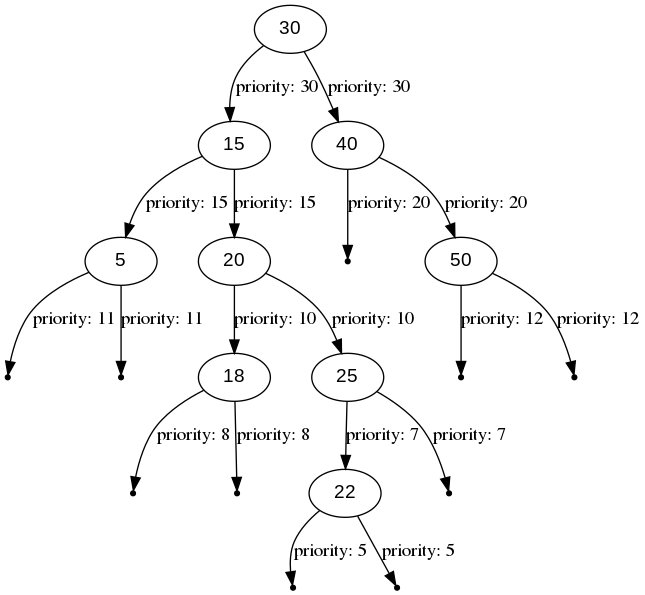
Before: visLib/out/png/dump8.png, a diagram exported from Graphviz (NikitaEvs/trees). Its source is kept beside it as visLib/out/dot/dump8.dot.
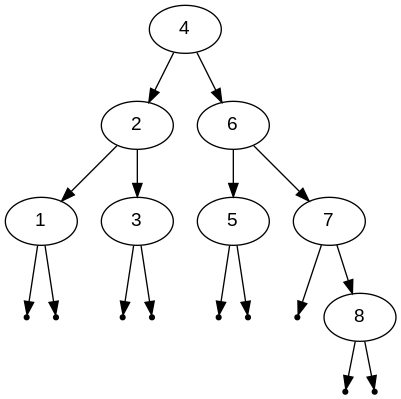
The same diagram one commit later.

Diff of the diagram source:
```diff
@@ -1,31 +1,28 @@
 digraph BinarySearchTree {
     node [fontname = "Arial"];
-    30 -> 15 [label="priority: 30"];
-    15 -> 5 [label="priority: 15"];
+    4 -> 2;
+    2 -> 1;
     null0[shape=point];
-    5 -> null0 [label="priority: 11"];
+    1 -> null0;
     null1[shape=point];
-    5 -> null1 [label="priority: 11"];
-    15 -> 20 [label="priority: 15"];
-    20 -> 18 [label="priority: 10"];
+    1 -> null1;
+    2 -> 3;
     null2[shape=point];
-    18 -> null2 [label="priority: 8"];
+    3 -> null2;
     null3[shape=point];
-    18 -> null3 [label="priority: 8"];
-    20 -> 25 [label="priority: 10"];
-    25 -> 22 [label="priority: 7"];
+    3 -> null3;
+    4 -> 6;
+    6 -> 5;
     null4[shape=point];
-    22 -> null4 [label="priority: 5"];
+    5 -> null4;
     null5[shape=point];
-    22 -> null5 [label="priority: 5"];
+    5 -> null5;
+    6 -> 7;
     null6[shape=point];
-    25 -> null6 [label="priority: 7"];
-    30 -> 40 [label="priority: 30"];
+    7 -> null6;
+    7 -> 8;
     null7[shape=point];
-    40 -> null7 [label="priority: 20"];
-    40 -> 50 [label="priority: 20"];
+    8 -> null7;
     null8[shape=point];
-    50 -> null8 [label="priority: 12"];
-    null9[shape=point];
-    50 -> null9 [label="priority: 12"];
+    8 -> null8;
 }
```
